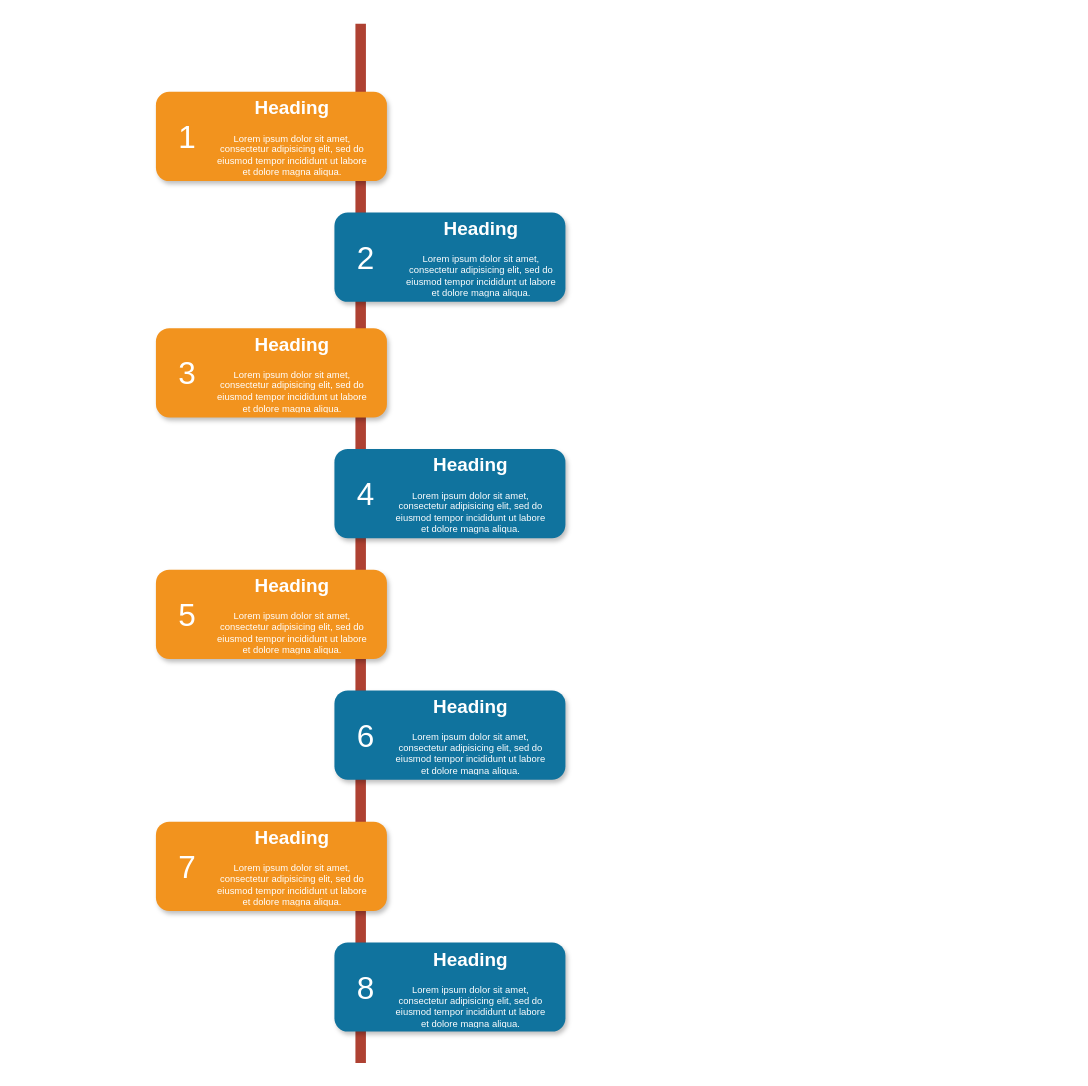
This is Untitled Diagram.drawio from Rajtilak113/webcam, a draw.io file, before an edit. Source tidied: cells renumbered, new cells numbered last; positions are measured from the earlier drawing's top-left corner, leaving out a move shared by most shapes. Both pictures are drawn from the tidied source at 105%, with x=0, y=0 at pixel (155, 23).
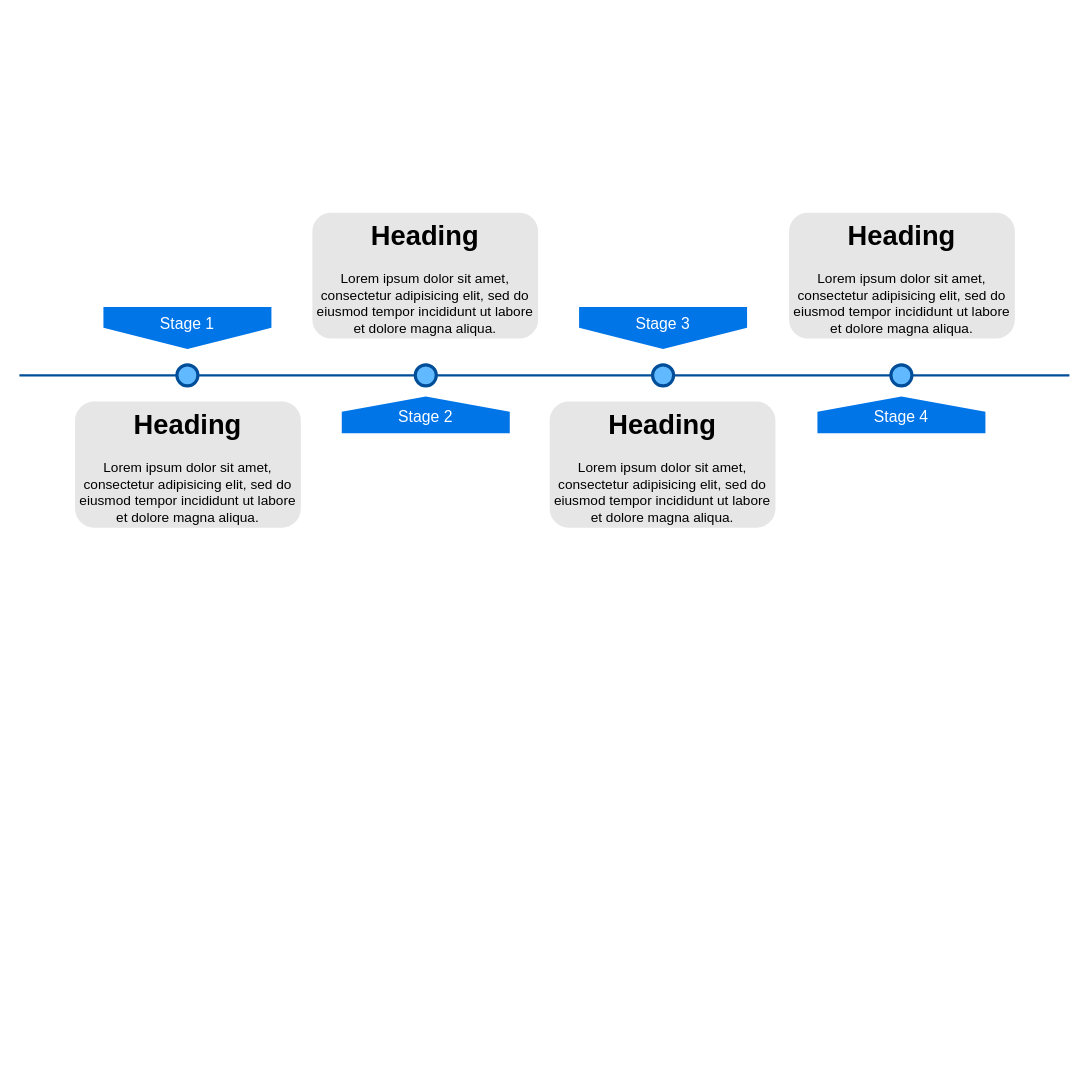
Above is the later version.

The edit, as a diff of the source:
```diff
@@
-    <mxCell id="2" style="line;strokeWidth=10;direction=south;html=1;fillColor=none;fontSize=13;fontColor=#000000;align=center;strokeColor=#AE4132;" parent="1" vertex="1">
-      <mxGeometry x="190" width="10" height="990" as="geometry" />
-    </mxCell>
-    <mxCell id="3" style="rounded=1;whiteSpace=wrap;html=1;strokeColor=none;strokeWidth=1;fillColor=#F2931E;fontSize=13;fontColor=#FFFFFF;align=center;gradientColor=none;gradientDirection=east;verticalAlign=top;shadow=1;" parent="1" vertex="1">
-      <mxGeometry y="65" width="220" height="85" as="geometry" />
-    </mxCell>
-    <mxCell id="4" value="1" style="text;html=1;strokeColor=none;fillColor=none;align=center;verticalAlign=middle;whiteSpace=wrap;fontSize=30;fontColor=#FFFFFF;" parent="1" vertex="1">
-      <mxGeometry x="10" y="98" width="40" height="20" as="geometry" />
-    </mxCell>
-    <mxCell id="5" style="rounded=1;whiteSpace=wrap;html=1;strokeColor=none;strokeWidth=1;fillColor=#10739E;fontSize=13;fontColor=#FFFFFF;align=center;gradientColor=none;gradientDirection=east;verticalAlign=top;shadow=1;" parent="1" vertex="1">
-      <mxGeometry x="170" y="180" width="220" height="85" as="geometry" />
-    </mxCell>
-    <mxCell id="6" value="2" style="text;html=1;strokeColor=none;fillColor=none;align=center;verticalAlign=middle;whiteSpace=wrap;fontSize=30;fontColor=#FFFFFF;" parent="1" vertex="1">
-      <mxGeometry x="180" y="213" width="40" height="20" as="geometry" />
-    </mxCell>
-    <mxCell id="7" style="rounded=1;whiteSpace=wrap;html=1;strokeColor=none;strokeWidth=1;fillColor=#F2931E;fontSize=13;fontColor=#FFFFFF;align=center;gradientColor=none;gradientDirection=east;verticalAlign=top;shadow=1;" parent="1" vertex="1">
-      <mxGeometry y="290" width="220" height="85" as="geometry" />
-    </mxCell>
-    <mxCell id="8" value="3" style="text;html=1;strokeColor=none;fillColor=none;align=center;verticalAlign=middle;whiteSpace=wrap;fontSize=30;fontColor=#FFFFFF;" parent="1" vertex="1">
-      <mxGeometry x="10" y="323" width="40" height="20" as="geometry" />
-    </mxCell>
-    <mxCell id="9" style="rounded=1;whiteSpace=wrap;html=1;strokeColor=none;strokeWidth=1;fillColor=#10739E;fontSize=13;fontColor=#FFFFFF;align=center;gradientColor=none;gradientDirection=east;verticalAlign=top;shadow=1;" parent="1" vertex="1">
-      <mxGeometry x="170" y="405" width="220" height="85" as="geometry" />
-    </mxCell>
-    <mxCell id="10" value="4" style="text;html=1;strokeColor=none;fillColor=none;align=center;verticalAlign=middle;whiteSpace=wrap;fontSize=30;fontColor=#FFFFFF;" parent="1" vertex="1">
-      <mxGeometry x="180" y="438" width="40" height="20" as="geometry" />
-    </mxCell>
-    <mxCell id="11" style="rounded=1;whiteSpace=wrap;html=1;strokeColor=none;strokeWidth=1;fillColor=#F2931E;fontSize=13;fontColor=#FFFFFF;align=center;gradientColor=none;gradientDirection=east;verticalAlign=top;shadow=1;" parent="1" vertex="1">
-      <mxGeometry y="520" width="220" height="85" as="geometry" />
-    </mxCell>
-    <mxCell id="12" value="5" style="text;html=1;strokeColor=none;fillColor=none;align=center;verticalAlign=middle;whiteSpace=wrap;fontSize=30;fontColor=#FFFFFF;" parent="1" vertex="1">
-      <mxGeometry x="10" y="553" width="40" height="20" as="geometry" />
-    </mxCell>
-    <mxCell id="13" style="rounded=1;whiteSpace=wrap;html=1;strokeColor=none;strokeWidth=1;fillColor=#10739E;fontSize=13;fontColor=#FFFFFF;align=center;gradientColor=none;gradientDirection=east;verticalAlign=top;shadow=1;" parent="1" vertex="1">
-      <mxGeometry x="170" y="635" width="220" height="85" as="geometry" />
-    </mxCell>
-    <mxCell id="14" value="6" style="text;html=1;strokeColor=none;fillColor=none;align=center;verticalAlign=middle;whiteSpace=wrap;fontSize=30;fontColor=#FFFFFF;" parent="1" vertex="1">
-      <mxGeometry x="180" y="668" width="40" height="20" as="geometry" />
-    </mxCell>
-    <mxCell id="15" style="rounded=1;whiteSpace=wrap;html=1;strokeColor=none;strokeWidth=1;fillColor=#F2931E;fontSize=13;fontColor=#FFFFFF;align=center;gradientColor=none;gradientDirection=east;verticalAlign=top;shadow=1;" parent="1" vertex="1">
-      <mxGeometry y="760" width="220" height="85" as="geometry" />
-    </mxCell>
-    <mxCell id="16" value="7" style="text;html=1;strokeColor=none;fillColor=none;align=center;verticalAlign=middle;whiteSpace=wrap;fontSize=30;fontColor=#FFFFFF;" parent="1" vertex="1">
-      <mxGeometry x="10" y="793" width="40" height="20" as="geometry" />
-    </mxCell>
-    <mxCell id="17" style="rounded=1;whiteSpace=wrap;html=1;strokeColor=none;strokeWidth=1;fillColor=#10739E;fontSize=13;fontColor=#FFFFFF;align=center;gradientColor=none;gradientDirection=east;verticalAlign=top;shadow=1;" parent="1" vertex="1">
-      <mxGeometry x="170" y="875" width="220" height="85" as="geometry" />
-    </mxCell>
-    <mxCell id="18" value="8" style="text;html=1;strokeColor=none;fillColor=none;align=center;verticalAlign=middle;whiteSpace=wrap;fontSize=30;fontColor=#FFFFFF;" parent="1" vertex="1">
-      <mxGeometry x="180" y="908" width="40" height="20" as="geometry" />
-    </mxCell>
-    <mxCell id="19" value="&lt;h1&gt;Heading&lt;/h1&gt;&lt;p&gt;Lorem ipsum dolor sit amet, consectetur adipisicing elit, sed do eiusmod tempor incididunt ut labore et dolore magna aliqua.&lt;/p&gt;" style="text;html=1;spacing=5;spacingTop=-20;whiteSpace=wrap;overflow=hidden;strokeColor=none;strokeWidth=4;fillColor=none;gradientColor=#007FFF;fontSize=9;fontColor=#FFFFFF;align=center;" parent="1" vertex="1">
-      <mxGeometry x="50" y="69" width="160" height="77" as="geometry" />
-    </mxCell>
-    <mxCell id="20" value="&lt;h1&gt;Heading&lt;/h1&gt;&lt;p&gt;Lorem ipsum dolor sit amet, consectetur adipisicing elit, sed do eiusmod tempor incididunt ut labore et dolore magna aliqua.&lt;/p&gt;" style="text;html=1;spacing=5;spacingTop=-20;whiteSpace=wrap;overflow=hidden;strokeColor=none;strokeWidth=4;fillColor=none;gradientColor=#007FFF;fontSize=9;fontColor=#FFFFFF;align=center;" parent="1" vertex="1">
-      <mxGeometry x="230" y="184" width="160" height="77" as="geometry" />
-    </mxCell>
-    <mxCell id="21" value="&lt;h1&gt;Heading&lt;/h1&gt;&lt;p&gt;Lorem ipsum dolor sit amet, consectetur adipisicing elit, sed do eiusmod tempor incididunt ut labore et dolore magna aliqua.&lt;/p&gt;" style="text;html=1;spacing=5;spacingTop=-20;whiteSpace=wrap;overflow=hidden;strokeColor=none;strokeWidth=4;fillColor=none;gradientColor=#007FFF;fontSize=9;fontColor=#FFFFFF;align=center;" parent="1" vertex="1">
-      <mxGeometry x="50" y="294" width="160" height="77" as="geometry" />
-    </mxCell>
-    <mxCell id="22" value="&lt;h1&gt;Heading&lt;/h1&gt;&lt;p&gt;Lorem ipsum dolor sit amet, consectetur adipisicing elit, sed do eiusmod tempor incididunt ut labore et dolore magna aliqua.&lt;/p&gt;" style="text;html=1;spacing=5;spacingTop=-20;whiteSpace=wrap;overflow=hidden;strokeColor=none;strokeWidth=4;fillColor=none;gradientColor=#007FFF;fontSize=9;fontColor=#FFFFFF;align=center;" parent="1" vertex="1">
-      <mxGeometry x="220" y="409" width="160" height="77" as="geometry" />
-    </mxCell>
-    <mxCell id="23" value="&lt;h1&gt;Heading&lt;/h1&gt;&lt;p&gt;Lorem ipsum dolor sit amet, consectetur adipisicing elit, sed do eiusmod tempor incididunt ut labore et dolore magna aliqua.&lt;/p&gt;" style="text;html=1;spacing=5;spacingTop=-20;whiteSpace=wrap;overflow=hidden;strokeColor=none;strokeWidth=4;fillColor=none;gradientColor=#007FFF;fontSize=9;fontColor=#FFFFFF;align=center;" parent="1" vertex="1">
-      <mxGeometry x="50" y="524" width="160" height="77" as="geometry" />
-    </mxCell>
-    <mxCell id="24" value="&lt;h1&gt;Heading&lt;/h1&gt;&lt;p&gt;Lorem ipsum dolor sit amet, consectetur adipisicing elit, sed do eiusmod tempor incididunt ut labore et dolore magna aliqua.&lt;/p&gt;" style="text;html=1;spacing=5;spacingTop=-20;whiteSpace=wrap;overflow=hidden;strokeColor=none;strokeWidth=4;fillColor=none;gradientColor=#007FFF;fontSize=9;fontColor=#FFFFFF;align=center;" parent="1" vertex="1">
-      <mxGeometry x="220" y="639" width="160" height="77" as="geometry" />
-    </mxCell>
-    <mxCell id="25" value="&lt;h1&gt;Heading&lt;/h1&gt;&lt;p&gt;Lorem ipsum dolor sit amet, consectetur adipisicing elit, sed do eiusmod tempor incididunt ut labore et dolore magna aliqua.&lt;/p&gt;" style="text;html=1;spacing=5;spacingTop=-20;whiteSpace=wrap;overflow=hidden;strokeColor=none;strokeWidth=4;fillColor=none;gradientColor=#007FFF;fontSize=9;fontColor=#FFFFFF;align=center;" parent="1" vertex="1">
-      <mxGeometry x="50" y="764" width="160" height="77" as="geometry" />
-    </mxCell>
-    <mxCell id="26" value="&lt;h1&gt;Heading&lt;/h1&gt;&lt;p&gt;Lorem ipsum dolor sit amet, consectetur adipisicing elit, sed do eiusmod tempor incididunt ut labore et dolore magna aliqua.&lt;/p&gt;" style="text;html=1;spacing=5;spacingTop=-20;whiteSpace=wrap;overflow=hidden;strokeColor=none;strokeWidth=4;fillColor=none;gradientColor=#007FFF;fontSize=9;fontColor=#FFFFFF;align=center;" parent="1" vertex="1">
-      <mxGeometry x="220" y="880" width="160" height="77" as="geometry" />
-    </mxCell>
+    <mxCell id="27" style="line;strokeWidth=2;html=1;fillColor=none;fontSize=28;fontColor=#004D99;strokeColor=#004D99;" parent="1" vertex="1">
+      <mxGeometry x="-130" y="330" width="1000" height="10" as="geometry" />
+    </mxCell>
+    <mxCell id="28" value="Stage 1" style="shape=offPageConnector;whiteSpace=wrap;html=1;fillColor=#0075E8;fontSize=15;fontColor=#FFFFFF;size=0.5093750000000015;verticalAlign=top;strokeColor=none;" parent="1" vertex="1">
+      <mxGeometry x="-50" y="270" width="160" height="40" as="geometry" />
+    </mxCell>
+    <mxCell id="29" value="&lt;span&gt;Stage 3&lt;/span&gt;" style="shape=offPageConnector;whiteSpace=wrap;html=1;fillColor=#0075E8;fontSize=15;fontColor=#FFFFFF;size=0.5093750000000015;verticalAlign=top;strokeColor=none;" parent="1" vertex="1">
+      <mxGeometry x="403" y="270" width="160" height="40" as="geometry" />
+    </mxCell>
+    <mxCell id="30" value="&lt;span&gt;Stage 2&lt;/span&gt;" style="shape=offPageConnector;whiteSpace=wrap;html=1;fillColor=#0075E8;fontSize=15;fontColor=#FFFFFF;size=0.4178571428571445;flipV=1;verticalAlign=bottom;strokeColor=none;spacingBottom=4;" parent="1" vertex="1">
+      <mxGeometry x="177" y="355" width="160" height="35" as="geometry" />
+    </mxCell>
+    <mxCell id="31" value="&lt;span&gt;Stage 4&lt;/span&gt;" style="shape=offPageConnector;whiteSpace=wrap;html=1;fillColor=#0075E8;fontSize=15;fontColor=#FFFFFF;size=0.4178571428571445;flipV=1;verticalAlign=bottom;strokeColor=none;spacingBottom=4;" parent="1" vertex="1">
+      <mxGeometry x="630" y="355" width="160" height="35" as="geometry" />
+    </mxCell>
+    <mxCell id="32" style="ellipse;whiteSpace=wrap;html=1;fillColor=#61BAFF;fontSize=28;fontColor=#004D99;strokeWidth=3;strokeColor=#004D99;" parent="1" vertex="1">
+      <mxGeometry x="20" y="325" width="20" height="20" as="geometry" />
+    </mxCell>
+    <mxCell id="33" style="ellipse;whiteSpace=wrap;html=1;fillColor=#61BAFF;fontSize=28;fontColor=#004D99;strokeWidth=3;strokeColor=#004D99;" parent="1" vertex="1">
+      <mxGeometry x="247" y="325" width="20" height="20" as="geometry" />
+    </mxCell>
+    <mxCell id="34" style="ellipse;whiteSpace=wrap;html=1;fillColor=#61BAFF;fontSize=28;fontColor=#004D99;strokeWidth=3;strokeColor=#004D99;" parent="1" vertex="1">
+      <mxGeometry x="473" y="325" width="20" height="20" as="geometry" />
+    </mxCell>
+    <mxCell id="35" style="ellipse;whiteSpace=wrap;html=1;fillColor=#61BAFF;fontSize=28;fontColor=#004D99;strokeWidth=3;strokeColor=#004D99;" parent="1" vertex="1">
+      <mxGeometry x="700" y="325" width="20" height="20" as="geometry" />
+    </mxCell>
+    <mxCell id="36" value="&lt;h1&gt;Heading&lt;/h1&gt;&lt;p&gt;Lorem ipsum dolor sit amet, consectetur adipisicing elit, sed do eiusmod tempor incididunt ut labore et dolore magna aliqua.&lt;/p&gt;" style="text;html=1;spacing=5;spacingTop=-20;whiteSpace=wrap;overflow=hidden;strokeColor=none;strokeWidth=3;fillColor=#E6E6E6;fontSize=13;fontColor=#000000;align=center;rounded=1;" parent="1" vertex="1">
+      <mxGeometry x="-77" y="360" width="215" height="120" as="geometry" />
+    </mxCell>
+    <mxCell id="37" value="&lt;h1&gt;Heading&lt;/h1&gt;&lt;p&gt;Lorem ipsum dolor sit amet, consectetur adipisicing elit, sed do eiusmod tempor incididunt ut labore et dolore magna aliqua.&lt;/p&gt;" style="text;html=1;spacing=5;spacingTop=-20;whiteSpace=wrap;overflow=hidden;strokeColor=none;strokeWidth=3;fillColor=#E6E6E6;fontSize=13;fontColor=#000000;align=center;rounded=1;" parent="1" vertex="1">
+      <mxGeometry x="149" y="180" width="215" height="120" as="geometry" />
+    </mxCell>
+    <mxCell id="38" value="&lt;h1&gt;Heading&lt;/h1&gt;&lt;p&gt;Lorem ipsum dolor sit amet, consectetur adipisicing elit, sed do eiusmod tempor incididunt ut labore et dolore magna aliqua.&lt;/p&gt;" style="text;html=1;spacing=5;spacingTop=-20;whiteSpace=wrap;overflow=hidden;strokeColor=none;strokeWidth=3;fillColor=#E6E6E6;fontSize=13;fontColor=#000000;align=center;rounded=1;" parent="1" vertex="1">
+      <mxGeometry x="375" y="360" width="215" height="120" as="geometry" />
+    </mxCell>
+    <mxCell id="39" value="&lt;h1&gt;Heading&lt;/h1&gt;&lt;p&gt;Lorem ipsum dolor sit amet, consectetur adipisicing elit, sed do eiusmod tempor incididunt ut labore et dolore magna aliqua.&lt;/p&gt;" style="text;html=1;spacing=5;spacingTop=-20;whiteSpace=wrap;overflow=hidden;strokeColor=none;strokeWidth=3;fillColor=#E6E6E6;fontSize=13;fontColor=#000000;align=center;rounded=1;" parent="1" vertex="1">
+      <mxGeometry x="603" y="180" width="215" height="120" as="geometry" />
+    </mxCell>
```
